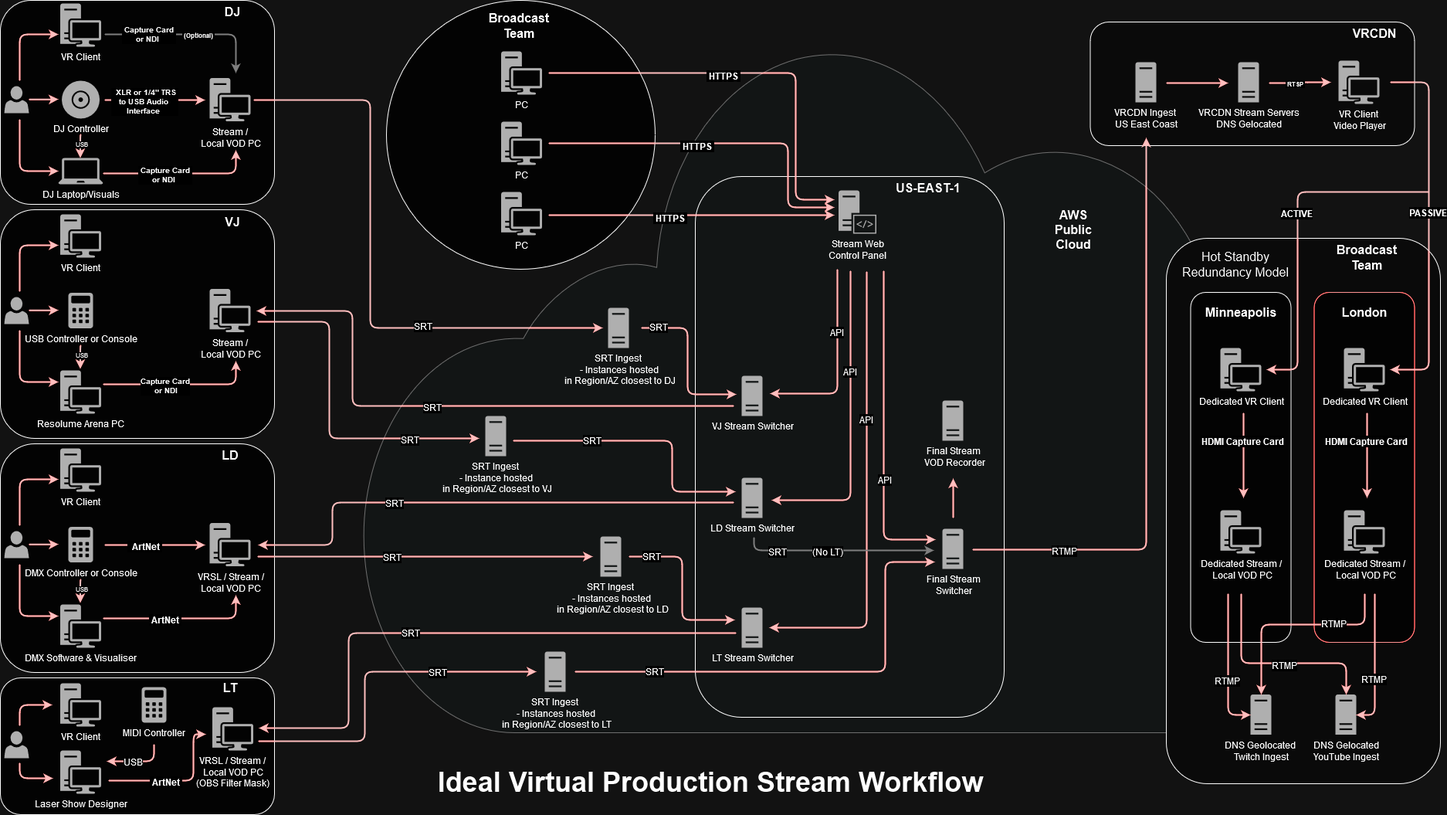
The draw.io diagram vrproduction.drawio.png in towneh/audiovisualtips, before a commit. Source tidied: cells renumbered, new cells last; positions are measured from the earlier drawing's top-left corner, leaving out a move shared by most shapes.
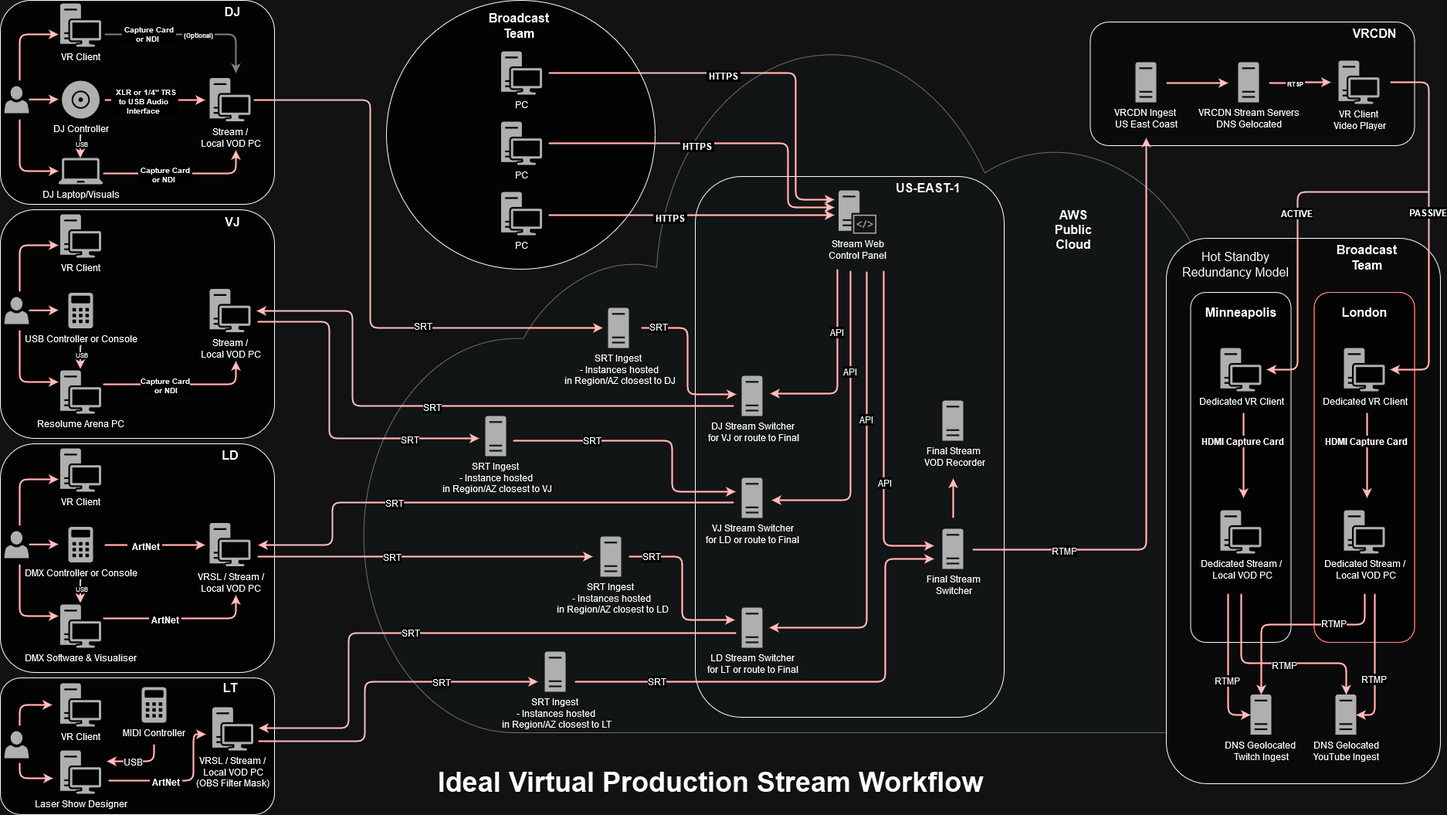
The same file after the commit.

Change to the diagram source:
```diff
@@ -141,7 +141,7 @@
     <mxCell id="32" value="&lt;div&gt;SRT Ingest&amp;nbsp;&lt;/div&gt;&lt;div&gt;- Instances hosted&lt;/div&gt;&lt;div&gt;&amp;nbsp;in Region/AZ closest to DJ&lt;/div&gt;" style="sketch=0;shadow=0;dashed=0;html=1;strokeColor=none;fillColor=#505050;labelPosition=center;verticalLabelPosition=bottom;verticalAlign=top;align=center;shape=mxgraph.office.servers.server_generic;" parent="1" vertex="1">
       <mxGeometry x="787" y="398" width="27" height="52" as="geometry" />
     </mxCell>
-    <mxCell id="33" value="&lt;div&gt;VJ Stream Switcher&lt;br&gt;&lt;/div&gt;" style="sketch=0;shadow=0;dashed=0;html=1;strokeColor=none;fillColor=#505050;labelPosition=center;verticalLabelPosition=bottom;verticalAlign=top;align=center;shape=mxgraph.office.servers.server_generic;" parent="1" vertex="1">
+    <mxCell id="33" value="&lt;div&gt;DJ Stream Switcher&lt;/div&gt;&lt;div&gt;&amp;nbsp;for VJ or route to Final&lt;br&gt;&lt;/div&gt;" style="sketch=0;shadow=0;dashed=0;html=1;strokeColor=none;fillColor=#505050;labelPosition=center;verticalLabelPosition=bottom;verticalAlign=top;align=center;shape=mxgraph.office.servers.server_generic;" parent="1" vertex="1">
       <mxGeometry x="960" y="486" width="27" height="52" as="geometry" />
     </mxCell>
     <mxCell id="34" style="edgeStyle=elbowEdgeStyle;elbow=horizontal;strokeColor=#990000;strokeWidth=2;" parent="1" edge="1">
@@ -465,7 +465,7 @@
     <mxCell id="95" value="&lt;b&gt;&amp;nbsp;HTTPS&amp;nbsp; &lt;br&gt;&lt;/b&gt;" style="edgeLabel;html=1;align=center;verticalAlign=middle;fontSize=12;" parent="94" vertex="1">
       <mxGeometry x="-0.16" y="-3" relative="1" as="geometry" />
     </mxCell>
-    <mxCell id="96" value="&lt;div&gt;LD Stream Switcher&lt;br&gt;&lt;/div&gt;" style="sketch=0;shadow=0;dashed=0;html=1;strokeColor=none;fillColor=#505050;labelPosition=center;verticalLabelPosition=bottom;verticalAlign=top;align=center;shape=mxgraph.office.servers.server_generic;" parent="1" vertex="1">
+    <mxCell id="96" value="&lt;div&gt;VJ Stream Switcher&lt;/div&gt;&lt;div&gt;for LD or route to Final&lt;br&gt;&lt;/div&gt;" style="sketch=0;shadow=0;dashed=0;html=1;strokeColor=none;fillColor=#505050;labelPosition=center;verticalLabelPosition=bottom;verticalAlign=top;align=center;shape=mxgraph.office.servers.server_generic;" parent="1" vertex="1">
       <mxGeometry x="960" y="618" width="27" height="52" as="geometry" />
     </mxCell>
     <mxCell id="97" value="&lt;div&gt;Final Stream&lt;/div&gt;&lt;div&gt;&amp;nbsp;Switcher&lt;br&gt;&lt;/div&gt;" style="sketch=0;shadow=0;dashed=0;html=1;strokeColor=none;fillColor=#505050;labelPosition=center;verticalLabelPosition=bottom;verticalAlign=top;align=center;shape=mxgraph.office.servers.server_generic;" parent="1" vertex="1">
@@ -473,8 +473,8 @@
     </mxCell>
     <mxCell id="98" style="edgeStyle=elbowEdgeStyle;elbow=horizontal;strokeColor=#990000;strokeWidth=2;" parent="1" edge="1">
       <mxGeometry relative="1" as="geometry">
-        <mxPoint x="744" y="869" as="sourcePoint" />
-        <mxPoint x="1210" y="727" as="targetPoint" />
+        <mxPoint x="744" y="882" as="sourcePoint" />
+        <mxPoint x="1209" y="723" as="targetPoint" />
         <Array as="points">
           <mxPoint x="1146" y="823" />
         </Array>
@@ -498,7 +498,7 @@
     <mxCell id="102" style="edgeStyle=elbowEdgeStyle;elbow=horizontal;strokeColor=#990000;strokeWidth=2;" parent="1" edge="1">
       <mxGeometry relative="1" as="geometry">
         <mxPoint x="1144" y="350" as="sourcePoint" />
-        <mxPoint x="1211" y="698" as="targetPoint" />
+        <mxPoint x="1209" y="706" as="targetPoint" />
         <Array as="points">
           <mxPoint x="1144" y="526" />
         </Array>
@@ -694,7 +694,7 @@
     <mxCell id="142" style="edgeStyle=elbowEdgeStyle;elbow=horizontal;strokeColor=#990000;strokeWidth=2;" parent="1" edge="1">
       <mxGeometry relative="1" as="geometry">
         <mxPoint x="334" y="959" as="sourcePoint" />
-        <mxPoint x="694" y="869" as="targetPoint" />
+        <mxPoint x="696" y="882" as="targetPoint" />
         <Array as="points">
           <mxPoint x="472" y="916" />
         </Array>
@@ -712,7 +712,7 @@
     <mxCell id="145" value="SRT" style="edgeLabel;html=1;align=center;verticalAlign=middle;fontSize=12;" parent="144" vertex="1">
       <mxGeometry x="-0.74" y="1" relative="1" as="geometry" />
     </mxCell>
-    <mxCell id="146" value="&lt;div&gt;LT Stream Switcher&lt;br&gt;&lt;/div&gt;" style="sketch=0;shadow=0;dashed=0;html=1;strokeColor=none;fillColor=#505050;labelPosition=center;verticalLabelPosition=bottom;verticalAlign=top;align=center;shape=mxgraph.office.servers.server_generic;" parent="1" vertex="1">
+    <mxCell id="146" value="&lt;div&gt;LD Stream Switcher&lt;/div&gt;&lt;div&gt;for LT or route to Final&lt;br&gt;&lt;/div&gt;" style="sketch=0;shadow=0;dashed=0;html=1;strokeColor=none;fillColor=#505050;labelPosition=center;verticalLabelPosition=bottom;verticalAlign=top;align=center;shape=mxgraph.office.servers.server_generic;" parent="1" vertex="1">
       <mxGeometry x="960" y="786" width="27" height="52" as="geometry" />
     </mxCell>
     <mxCell id="147" value="LT" style="text;strokeColor=none;fillColor=none;html=1;align=center;verticalAlign=middle;whiteSpace=wrap;rounded=0;fontSize=16;fontStyle=1;" parent="1" vertex="1">
@@ -775,21 +775,6 @@
     <mxCell id="158" value="USB" style="edgeLabel;html=1;align=center;verticalAlign=middle;fontSize=12;" parent="157" vertex="1">
       <mxGeometry x="0.2" relative="1" as="geometry" />
     </mxCell>
-    <mxCell id="159" style="edgeStyle=elbowEdgeStyle;elbow=horizontal;strokeColor=#808080;strokeWidth=2;" parent="1" edge="1">
-      <mxGeometry relative="1" as="geometry">
-        <mxPoint x="976" y="695" as="sourcePoint" />
-        <mxPoint x="1209" y="712" as="targetPoint" />
-        <Array as="points">
-          <mxPoint x="976" y="712" />
-        </Array>
-      </mxGeometry>
-    </mxCell>
-    <mxCell id="160" value="SRT" style="edgeLabel;html=1;align=center;verticalAlign=middle;fontSize=12;" parent="159" vertex="1">
-      <mxGeometry x="-0.63" y="-1" relative="1" as="geometry" />
-    </mxCell>
-    <mxCell id="161" value="(No LT)" style="edgeLabel;html=1;align=center;verticalAlign=middle;fontSize=12;" parent="159" vertex="1">
-      <mxGeometry x="-0.11" y="-1" relative="1" as="geometry" />
-    </mxCell>
     <mxCell id="162" value="Hot Standby Redundancy Model" style="text;strokeColor=none;fillColor=none;html=1;align=center;verticalAlign=middle;whiteSpace=wrap;rounded=0;fontSize=16;fontStyle=0;" parent="1" vertex="1">
       <mxGeometry x="1525" y="327" width="150" height="30" as="geometry" />
     </mxCell>
```
